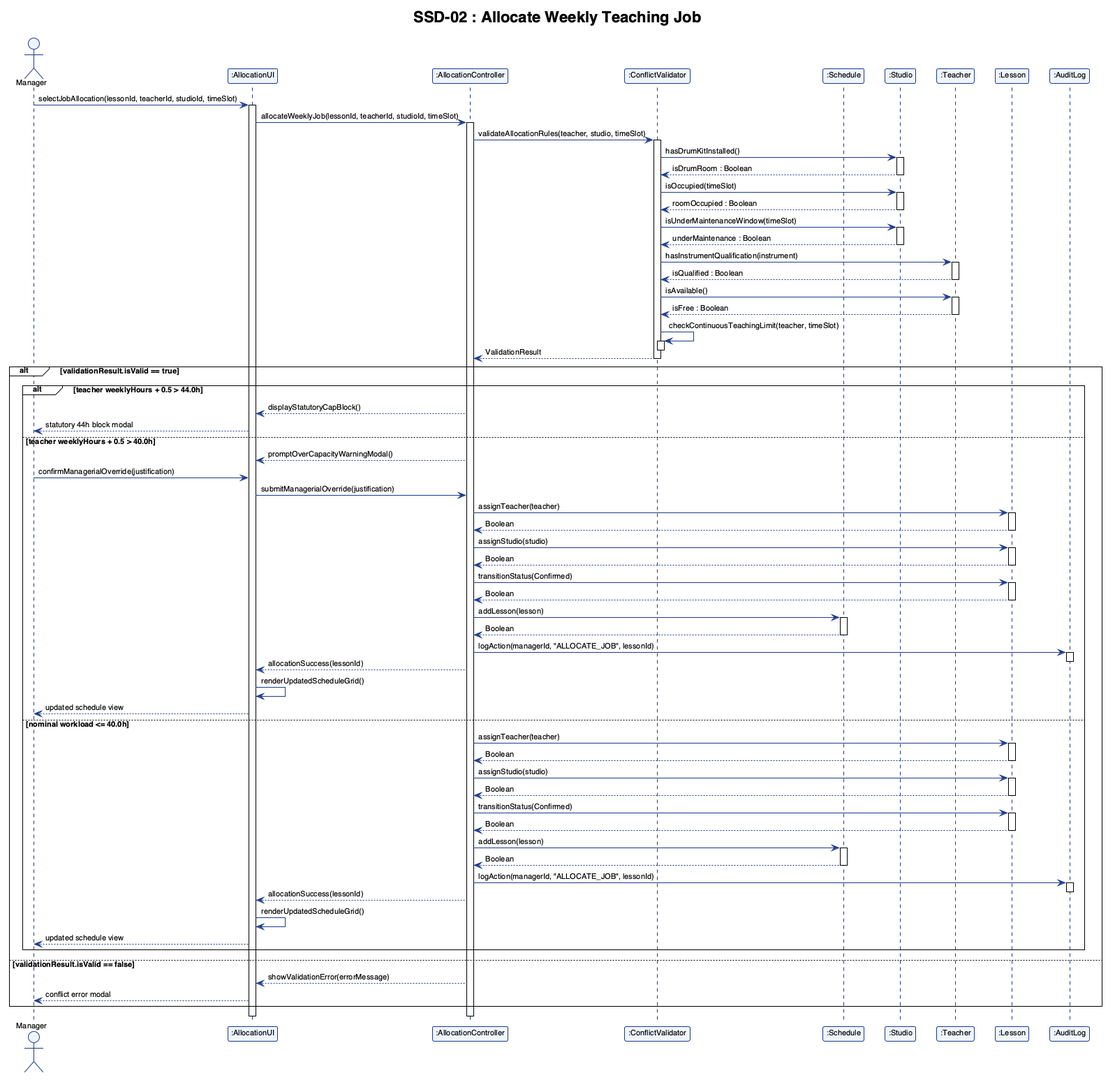
Above: report/assets/ssd_02.png in adoreblvnk/2001temp (PlantUML), before the change. Its diagram source:
```plantuml
@startuml ssd_02
!theme plain
skinparam shadowing false
skinparam defaultFontName "Helvetica", "Arial", sans-serif
skinparam defaultFontSize 11
skinparam sequence {
    ParticipantBorderColor #1E3A8A
    ParticipantBackgroundColor #EFF6FF
    LifeLineBorderColor #1E3A8A
    LifeLineBackgroundColor #FFFFFF
    ArrowColor #1E3A8A
    ActorBorderColor #1E3A8A
    ActorBackgroundColor #EFF6FF
}

title SSD-02 : Allocate Weekly Teaching Job

actor "Manager" as M
participant ":AllocationUI" as UI
participant ":AllocationController" as AC
participant ":ConflictValidator" as CV
participant ":Schedule" as S
participant ":Studio" as St
participant ":Teacher" as T
participant ":Lesson" as L
participant ":AuditLog" as AL

M -> UI : selectJobAllocation(lessonId, teacherId, studioId, timeSlot)
activate UI
UI -> AC : allocateWeeklyJob(lessonId, teacherId, studioId, timeSlot)
activate AC

AC -> CV : validateAllocationRules(teacher, studio, timeSlot)
activate CV
CV -> St : hasDrumKitInstalled()
activate St
St --> CV : isDrumRoom : Boolean
deactivate St
CV -> St : isOccupied(timeSlot)
activate St
St --> CV : roomOccupied : Boolean
deactivate St
CV -> St : isUnderMaintenanceWindow(timeSlot)
activate St
St --> CV : underMaintenance : Boolean
deactivate St
CV -> T : hasInstrumentQualification(instrument)
activate T
T --> CV : isQualified : Boolean
deactivate T
CV -> T : isAvailable()
activate T
T --> CV : isFree : Boolean
deactivate T
CV -> CV : checkContinuousTeachingLimit(teacher, timeSlot)
activate CV
deactivate CV
CV --> AC : ValidationResult
deactivate CV

alt validationResult.isValid == true
    alt teacher weeklyHours + 0.5 > 44.0h
        AC --> UI : displayStatutoryCapBlock()
        UI --> M : statutory 44h block modal
    else teacher weeklyHours + 0.5 > 40.0h
        AC --> UI : promptOverCapacityWarningModal()
        M -> UI : confirmManagerialOverride(justification)
        UI -> AC : submitManagerialOverride(justification)
        AC -> L : assignTeacher(teacher)
        activate L
        L --> AC : Boolean
        deactivate L
        AC -> L : assignStudio(studio)
        activate L
        L --> AC : Boolean
        deactivate L
        AC -> L : transitionStatus(Confirmed)
        activate L
        L --> AC : Boolean
        deactivate L
        AC -> S : addLesson(lesson)
        activate S
        S --> AC : Boolean
        deactivate S
        AC -> AL : logAction(managerId, "ALLOCATE_JOB", lessonId)
        activate AL
        deactivate AL
        AC --> UI : allocationSuccess(lessonId)
        UI -> UI : renderUpdatedScheduleGrid()
        UI --> M : updated schedule view
    else nominal workload <= 40.0h
        AC -> L : assignTeacher(teacher)
        activate L
        L --> AC : Boolean
        deactivate L
        AC -> L : assignStudio(studio)
        activate L
        L --> AC : Boolean
        deactivate L
        AC -> L : transitionStatus(Confirmed)
        activate L
        L --> AC : Boolean
        deactivate L
        AC -> S : addLesson(lesson)
        activate S
        S --> AC : Boolean
        deactivate S
        AC -> AL : logAction(managerId, "ALLOCATE_JOB", lessonId)
        activate AL
        deactivate AL
        AC --> UI : allocationSuccess(lessonId)
        UI -> UI : renderUpdatedScheduleGrid()
        UI --> M : updated schedule view
    end
else validationResult.isValid == false
    AC --> UI : showValidationError(errorMessage)
    UI --> M : conflict error modal
end

deactivate AC
deactivate UI
@enduml
```
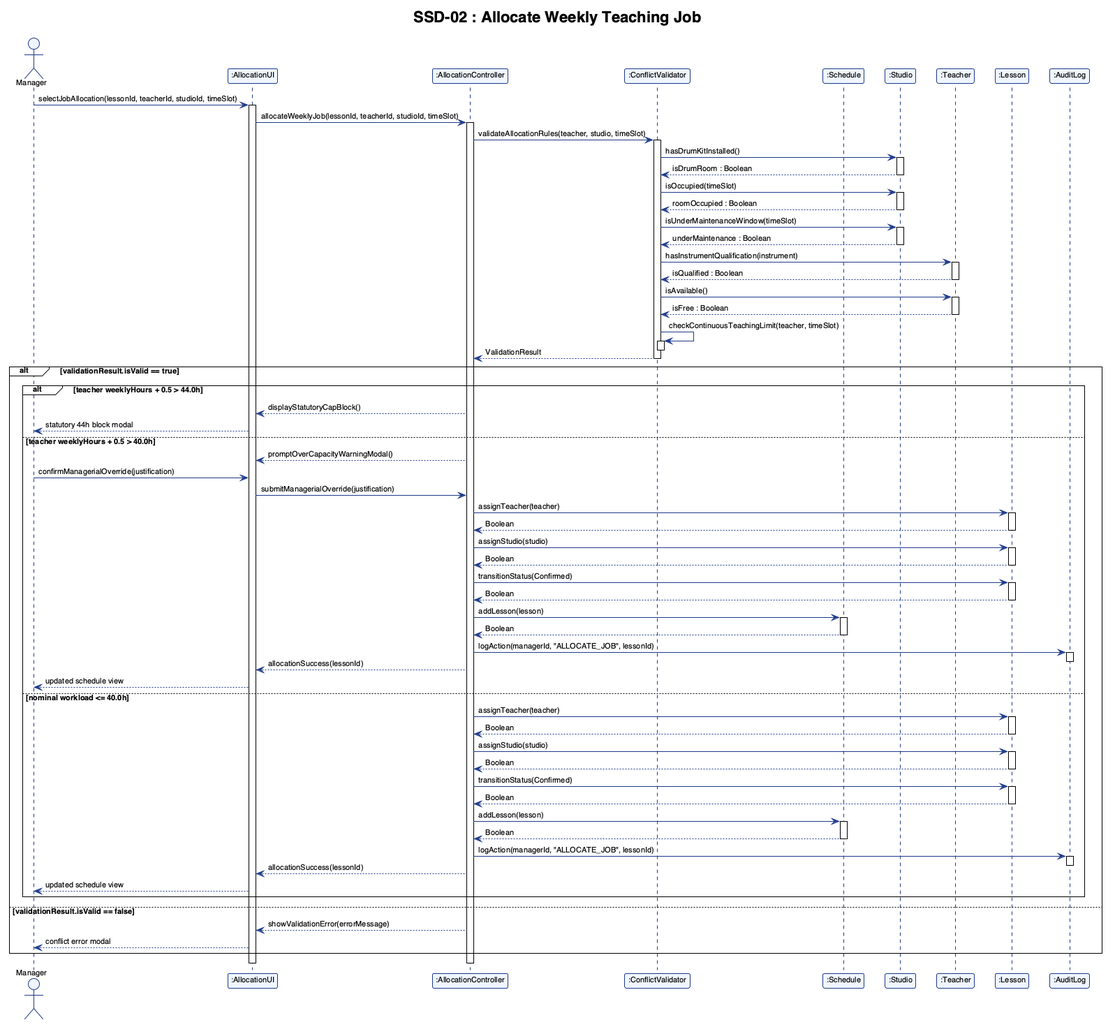
After the change.

What changed in the source:
```diff
@@ -86,7 +86,6 @@
         activate AL
         deactivate AL
         AC --> UI : allocationSuccess(lessonId)
-        UI -> UI : renderUpdatedScheduleGrid()
         UI --> M : updated schedule view
     else nominal workload <= 40.0h
         AC -> L : assignTeacher(teacher)
@@ -109,7 +108,6 @@
         activate AL
         deactivate AL
         AC --> UI : allocationSuccess(lessonId)
-        UI -> UI : renderUpdatedScheduleGrid()
         UI --> M : updated schedule view
     end
 else validationResult.isValid == false
```
